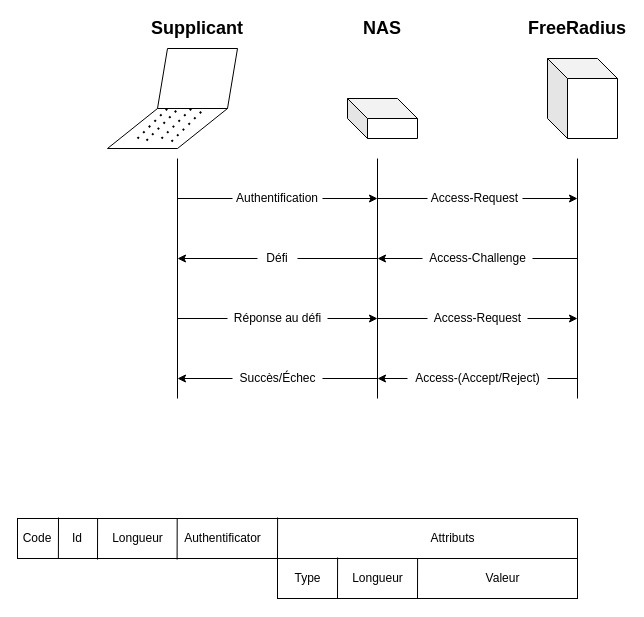
This is page "Page-1" (1 of 2) of Radius.drawio from Gomonriou/Radius, a draw.io file, before an edit. Source tidied: cells renumbered, new cells numbered last; positions are measured from the earlier drawing's top-left corner, leaving out a move shared by most shapes. Both pictures are drawn from the tidied source at 100%, with x=0, y=0 at pixel (17, 18).
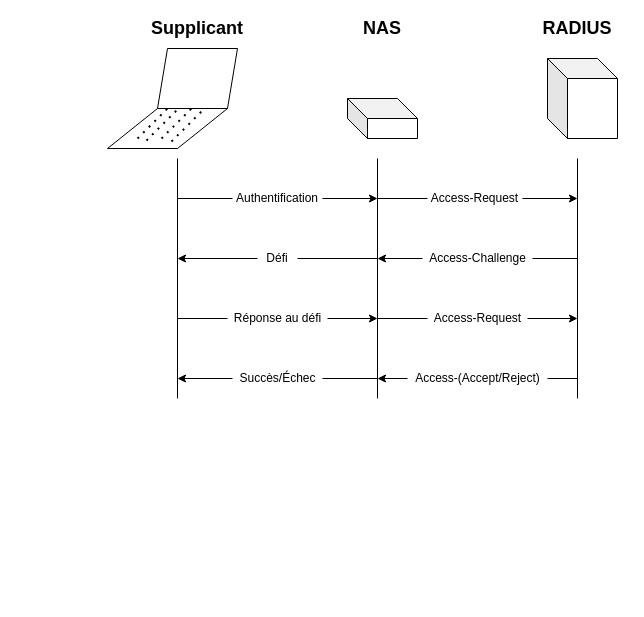
After the change.

The edit, as a diff of the source:
```diff
@@
-    <mxCell id="20" value="&lt;span style=&quot;font-size: 18px&quot;&gt;&lt;b&gt;FreeRadius&lt;/b&gt;&lt;/span&gt;" style="text;html=1;strokeColor=none;fillColor=none;align=center;verticalAlign=middle;whiteSpace=wrap;rounded=0;" parent="1" vertex="1">
+    <mxCell id="20" value="&lt;span style=&quot;font-size: 18px&quot;&gt;&lt;b&gt;RADIUS&lt;/b&gt;&lt;/span&gt;" style="text;html=1;strokeColor=none;fillColor=none;align=center;verticalAlign=middle;whiteSpace=wrap;rounded=0;" parent="1" vertex="1">
       <mxGeometry x="540" width="40" height="20" as="geometry" />
     </mxCell>
@@
-    <mxCell id="45" style="rounded=0;whiteSpace=wrap;html=1;" parent="1" vertex="1">
-      <mxGeometry y="500" width="560" height="40" as="geometry" />
-    </mxCell>
-    <mxCell id="46" value="Code" style="text;html=1;strokeColor=none;fillColor=none;align=center;verticalAlign=middle;whiteSpace=wrap;rounded=0;" parent="1" vertex="1">
-      <mxGeometry y="510" width="40" height="20" as="geometry" />
-    </mxCell>
-    <mxCell id="47" value="Id" style="text;html=1;strokeColor=none;fillColor=none;align=center;verticalAlign=middle;whiteSpace=wrap;rounded=0;" parent="1" vertex="1">
-      <mxGeometry x="40" y="510" width="40" height="20" as="geometry" />
-    </mxCell>
-    <mxCell id="48" value="Longueur" style="text;html=1;align=center;verticalAlign=middle;strokeColor=none;" parent="1" vertex="1">
-      <mxGeometry x="85" y="510" width="70" height="20" as="geometry" />
-    </mxCell>
-    <mxCell id="49" value="Authentificator" style="text;html=1;align=center;verticalAlign=middle;strokeColor=none;" parent="1" vertex="1">
-      <mxGeometry x="160" y="510" width="90" height="20" as="geometry" />
-    </mxCell>
-    <mxCell id="50" value="Attributs" style="text;html=1;align=center;verticalAlign=middle;strokeColor=none;" parent="1" vertex="1">
-      <mxGeometry x="405" y="510" width="60" height="20" as="geometry" />
-    </mxCell>
-    <mxCell id="51" style="rounded=0;whiteSpace=wrap;html=1;" parent="1" vertex="1">
-      <mxGeometry x="260" y="540" width="300" height="40" as="geometry" />
-    </mxCell>
-    <mxCell id="52" value="Type" style="text;html=1;align=center;verticalAlign=middle;strokeColor=none;" parent="1" vertex="1">
-      <mxGeometry x="270" y="550" width="40" height="20" as="geometry" />
-    </mxCell>
-    <mxCell id="53" value="Longueur" style="text;html=1;align=center;verticalAlign=middle;strokeColor=none;" parent="1" vertex="1">
-      <mxGeometry x="325" y="550" width="70" height="20" as="geometry" />
-    </mxCell>
-    <mxCell id="54" value="Valeur" style="text;html=1;align=center;verticalAlign=middle;strokeColor=none;" parent="1" vertex="1">
-      <mxGeometry x="460" y="550" width="50" height="20" as="geometry" />
-    </mxCell>
-    <mxCell id="55" style="endArrow=none;html=1;exitX=0.073;exitY=1;exitDx=0;exitDy=0;exitPerimeter=0;" parent="1" edge="1" source="45">
-      <mxGeometry relative="1" as="geometry">
-        <mxPoint x="41" y="499" as="targetPoint" />
-        <Array as="points">
-          <mxPoint x="41" y="540" />
-        </Array>
-      </mxGeometry>
-    </mxCell>
-    <mxCell id="56" style="endArrow=none;html=1;exitX=0.073;exitY=1;exitDx=0;exitDy=0;exitPerimeter=0;" parent="1" edge="1">
-      <mxGeometry relative="1" as="geometry">
-        <mxPoint x="80" y="541" as="sourcePoint" />
-        <mxPoint x="80.1" y="500" as="targetPoint" />
-        <Array as="points">
-          <mxPoint x="80.1" y="541" />
-        </Array>
-      </mxGeometry>
-    </mxCell>
-    <mxCell id="57" style="endArrow=none;html=1;exitX=0.073;exitY=1;exitDx=0;exitDy=0;exitPerimeter=0;" parent="1" edge="1">
-      <mxGeometry relative="1" as="geometry">
-        <mxPoint x="159.6" y="541" as="sourcePoint" />
-        <mxPoint x="159.7" y="500" as="targetPoint" />
-        <Array as="points">
-          <mxPoint x="159.7" y="541" />
-        </Array>
-      </mxGeometry>
-    </mxCell>
-    <mxCell id="58" style="endArrow=none;html=1;exitX=0.073;exitY=1;exitDx=0;exitDy=0;exitPerimeter=0;" parent="1" edge="1">
-      <mxGeometry relative="1" as="geometry">
-        <mxPoint x="260" y="540" as="sourcePoint" />
-        <mxPoint x="260.1" y="499" as="targetPoint" />
-        <Array as="points">
-          <mxPoint x="260.1" y="540" />
-        </Array>
-      </mxGeometry>
-    </mxCell>
-    <mxCell id="59" style="endArrow=none;html=1;exitX=0.073;exitY=1;exitDx=0;exitDy=0;exitPerimeter=0;" parent="1" edge="1">
-      <mxGeometry relative="1" as="geometry">
-        <mxPoint x="320" y="580" as="sourcePoint" />
-        <mxPoint x="320.1" y="539" as="targetPoint" />
-        <Array as="points">
-          <mxPoint x="320.1" y="580" />
-        </Array>
-      </mxGeometry>
-    </mxCell>
-    <mxCell id="60" style="endArrow=none;html=1;exitX=0.073;exitY=1;exitDx=0;exitDy=0;exitPerimeter=0;" parent="1" edge="1">
-      <mxGeometry relative="1" as="geometry">
-        <mxPoint x="400" y="580.5" as="sourcePoint" />
-        <mxPoint x="400.1" y="539.5" as="targetPoint" />
-        <Array as="points">
-          <mxPoint x="400.1" y="580.5" />
-        </Array>
-      </mxGeometry>
-    </mxCell>
```
